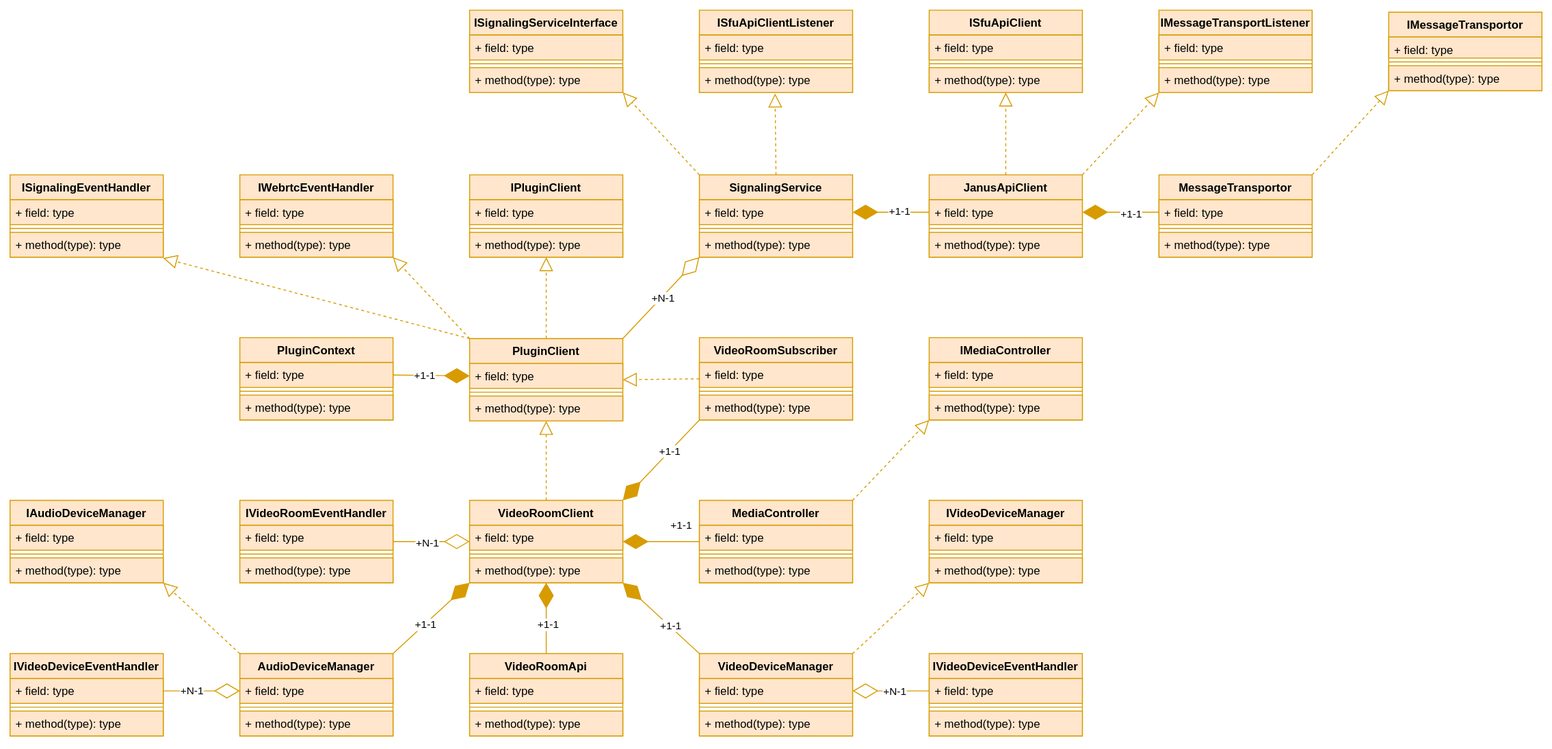
Above: arch.svg in ouxianghui/janus-client (draw.io), before the change. Source tidied: cells renumbered, new cells last; positions are measured from the earlier drawing's top-left corner, leaving out a move shared by most shapes.
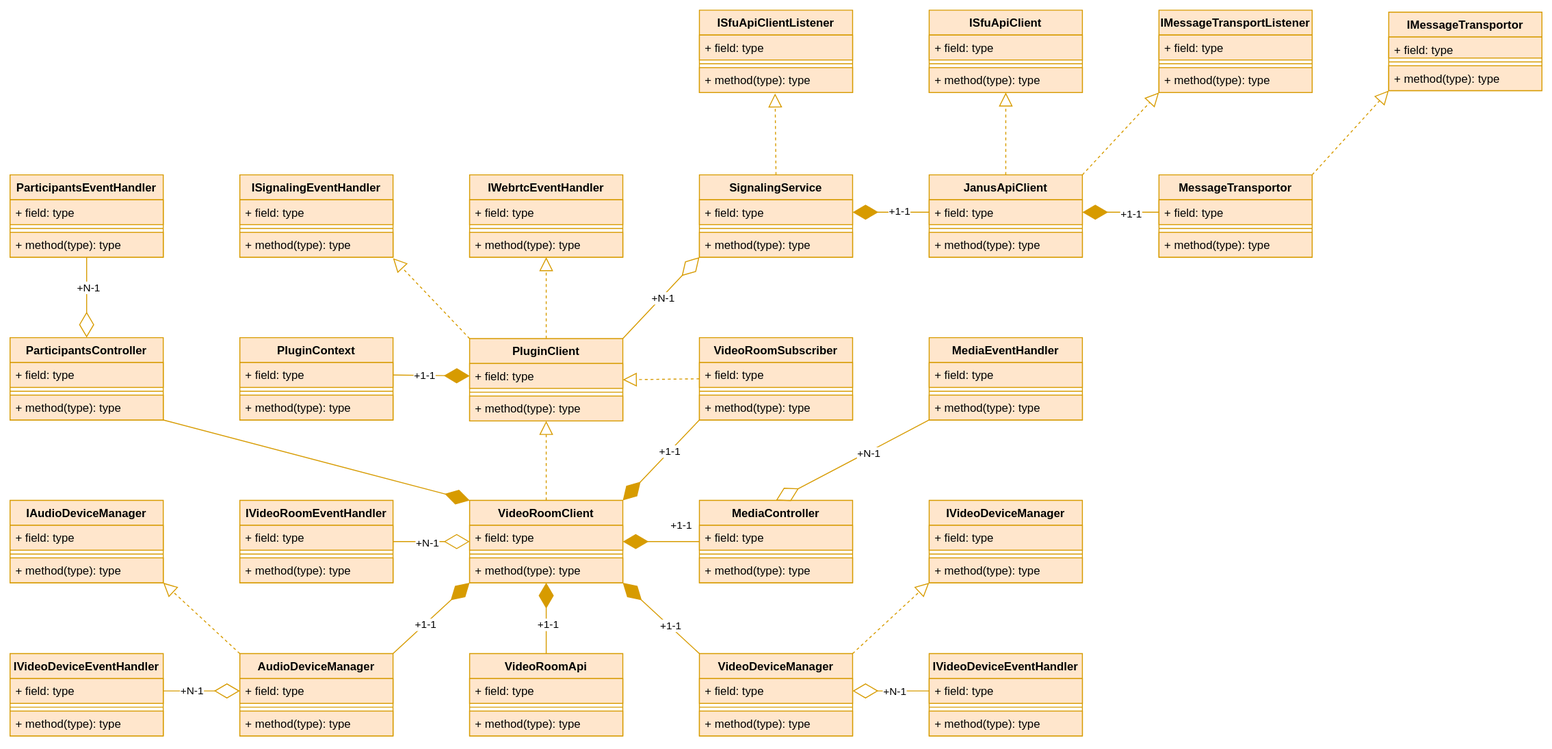
After the commit.

What changed in the source:
```diff
@@ -38,18 +38,6 @@
     <mxCell id="13" value="+ method(type): type" style="text;strokeColor=#d79b00;fillColor=#ffe6cc;align=left;verticalAlign=top;spacingLeft=4;spacingRight=4;overflow=hidden;" parent="10" vertex="1">
       <mxGeometry y="60" width="160" height="26" as="geometry" />
     </mxCell>
-    <mxCell id="14" value="IPluginClient" style="swimlane;fontStyle=1;align=center;verticalAlign=top;horizontal=1;startSize=26;fillColor=#ffe6cc;strokeColor=#d79b00;" parent="1" vertex="1">
-      <mxGeometry x="480" y="172" width="160" height="86" as="geometry" />
-    </mxCell>
-    <mxCell id="15" value="+ field: type" style="text;strokeColor=#d79b00;fillColor=#ffe6cc;align=left;verticalAlign=top;spacingLeft=4;spacingRight=4;overflow=hidden;" parent="14" vertex="1">
-      <mxGeometry y="26" width="160" height="26" as="geometry" />
-    </mxCell>
-    <mxCell id="16" style="line;strokeWidth=1;fillColor=#ffe6cc;align=left;verticalAlign=middle;spacingTop=-1;spacingLeft=3;spacingRight=3;labelPosition=right;strokeColor=#d79b00;" parent="14" vertex="1">
-      <mxGeometry y="52" width="160" height="8" as="geometry" />
-    </mxCell>
-    <mxCell id="17" value="+ method(type): type" style="text;strokeColor=#d79b00;fillColor=#ffe6cc;align=left;verticalAlign=top;spacingLeft=4;spacingRight=4;overflow=hidden;points=[[0,0.5],[1,0.5]];portConstraint=eastwest;" parent="14" vertex="1">
-      <mxGeometry y="60" width="160" height="26" as="geometry" />
-    </mxCell>
     <mxCell id="18" value="PluginClient" style="swimlane;fontStyle=1;align=center;verticalAlign=top;horizontal=1;startSize=26;fillColor=#ffe6cc;strokeColor=#d79b00;" parent="1" vertex="1">
       <mxGeometry x="480" y="343" width="160" height="86" as="geometry" />
     </mxCell>
@@ -62,18 +50,6 @@
     <mxCell id="21" value="+ method(type): type" style="text;strokeColor=#d79b00;fillColor=#ffe6cc;align=left;verticalAlign=top;spacingLeft=4;spacingRight=4;overflow=hidden;points=[[0,0.5],[1,0.5]];portConstraint=eastwest;" parent="18" vertex="1">
       <mxGeometry y="60" width="160" height="26" as="geometry" />
     </mxCell>
-    <mxCell id="22" value="ISignalingServiceInterface" style="swimlane;fontStyle=1;align=center;verticalAlign=top;horizontal=1;startSize=26;fillColor=#ffe6cc;strokeColor=#d79b00;" parent="1" vertex="1">
-      <mxGeometry x="480" width="160" height="86" as="geometry" />
-    </mxCell>
-    <mxCell id="23" value="+ field: type" style="text;strokeColor=#d79b00;fillColor=#ffe6cc;align=left;verticalAlign=top;spacingLeft=4;spacingRight=4;overflow=hidden;" parent="22" vertex="1">
-      <mxGeometry y="26" width="160" height="26" as="geometry" />
-    </mxCell>
-    <mxCell id="24" style="line;strokeWidth=1;fillColor=#ffe6cc;align=left;verticalAlign=middle;spacingTop=-1;spacingLeft=3;spacingRight=3;labelPosition=right;strokeColor=#d79b00;" parent="22" vertex="1">
-      <mxGeometry y="52" width="160" height="8" as="geometry" />
-    </mxCell>
-    <mxCell id="25" value="+ method(type): type" style="text;strokeColor=#d79b00;fillColor=#ffe6cc;align=left;verticalAlign=top;spacingLeft=4;spacingRight=4;overflow=hidden;" parent="22" vertex="1">
-      <mxGeometry y="60" width="160" height="26" as="geometry" />
-    </mxCell>
     <mxCell id="26" value="ISfuApiClientListener" style="swimlane;fontStyle=1;align=center;verticalAlign=top;horizontal=1;startSize=26;fillColor=#ffe6cc;strokeColor=#d79b00;" parent="1" vertex="1">
       <mxGeometry x="720" width="160" height="86" as="geometry" />
     </mxCell>
@@ -147,7 +123,7 @@
       <mxGeometry y="56" width="160" height="26" as="geometry" />
     </mxCell>
     <mxCell id="50" value="IWebrtcEventHandler" style="swimlane;fontStyle=1;align=center;verticalAlign=top;horizontal=1;startSize=26;fillColor=#ffe6cc;strokeColor=#d79b00;" parent="1" vertex="1">
-      <mxGeometry x="240" y="172" width="160" height="86" as="geometry" />
+      <mxGeometry x="480" y="172" width="160" height="86" as="geometry" />
     </mxCell>
     <mxCell id="51" value="+ field: type" style="text;strokeColor=#d79b00;fillColor=#ffe6cc;align=left;verticalAlign=top;spacingLeft=4;spacingRight=4;overflow=hidden;" parent="50" vertex="1">
       <mxGeometry y="26" width="160" height="26" as="geometry" />
@@ -191,10 +167,7 @@
     <mxCell id="64" value="+1-1" style="edgeLabel;html=1;align=center;verticalAlign=middle;" parent="63" vertex="1">
       <mxGeometry x="-0.16" y="-1" relative="1" as="geometry" />
     </mxCell>
-    <mxCell id="65" style="endArrow=block;dashed=1;endFill=0;endSize=12;html=1;rounded=0;exitX=0.5;exitY=0;exitDx=0;exitDy=0;entryX=0.5;entryY=1;entryDx=0;entryDy=0;entryPerimeter=0;fillColor=#ffe6cc;strokeColor=#d79b00;" parent="1" edge="1" source="18" target="17">
-      <mxGeometry relative="1" as="geometry" />
-    </mxCell>
-    <mxCell id="66" style="endArrow=block;dashed=1;endFill=0;endSize=12;html=1;rounded=0;exitX=0;exitY=0;exitDx=0;exitDy=0;entryX=1;entryY=1;entryDx=0;entryDy=0;fillColor=#ffe6cc;strokeColor=#d79b00;" parent="1" edge="1" source="18" target="50">
+    <mxCell id="66" style="endArrow=block;dashed=1;endFill=0;endSize=12;html=1;rounded=0;exitX=0.5;exitY=0;exitDx=0;exitDy=0;entryX=0.5;entryY=1;entryDx=0;entryDy=0;fillColor=#ffe6cc;strokeColor=#d79b00;entryPerimeter=0;" parent="1" edge="1" source="18" target="53">
       <mxGeometry relative="1" as="geometry" />
     </mxCell>
     <mxCell id="67" style="endArrow=diamondThin;endFill=1;endSize=24;html=1;rounded=0;fillColor=#ffe6cc;strokeColor=#d79b00;entryX=0;entryY=0.5;entryDx=0;entryDy=0;exitX=1;exitY=0.5;exitDx=0;exitDy=0;" parent="1" edge="1" source="11" target="19">
@@ -203,9 +176,6 @@
     <mxCell id="68" value="+1-1" style="edgeLabel;html=1;align=center;verticalAlign=middle;" parent="67" vertex="1">
       <mxGeometry x="-0.18" relative="1" as="geometry" />
     </mxCell>
-    <mxCell id="69" style="endArrow=block;dashed=1;endFill=0;endSize=12;html=1;rounded=0;exitX=0;exitY=0;exitDx=0;exitDy=0;entryX=1;entryY=1;entryDx=0;entryDy=0;fillColor=#ffe6cc;strokeColor=#d79b00;" parent="1" edge="1" source="2" target="22">
-      <mxGeometry relative="1" as="geometry" />
-    </mxCell>
     <mxCell id="70" style="endArrow=block;dashed=1;endFill=0;endSize=12;html=1;rounded=0;exitX=0.5;exitY=0;exitDx=0;exitDy=0;entryX=0.494;entryY=1.038;entryDx=0;entryDy=0;entryPerimeter=0;fillColor=#ffe6cc;strokeColor=#d79b00;" parent="1" edge="1" source="2" target="29">
       <mxGeometry relative="1" as="geometry" />
     </mxCell>
@@ -256,21 +226,6 @@
     <mxCell id="85" value="+1-1" style="edgeLabel;html=1;align=center;verticalAlign=middle;" parent="84" vertex="1">
       <mxGeometry x="-0.18" relative="1" as="geometry" />
     </mxCell>
-    <mxCell id="86" value="IMediaController" style="swimlane;fontStyle=1;align=center;verticalAlign=top;horizontal=1;startSize=26;fillColor=#ffe6cc;strokeColor=#d79b00;" parent="1" vertex="1">
-      <mxGeometry x="960" y="342" width="160" height="86" as="geometry" />
-    </mxCell>
-    <mxCell id="87" value="+ field: type" style="text;strokeColor=#d79b00;fillColor=#ffe6cc;align=left;verticalAlign=top;spacingLeft=4;spacingRight=4;overflow=hidden;" parent="86" vertex="1">
-      <mxGeometry y="26" width="160" height="26" as="geometry" />
-    </mxCell>
-    <mxCell id="88" style="line;strokeWidth=1;fillColor=#ffe6cc;align=left;verticalAlign=middle;spacingTop=-1;spacingLeft=3;spacingRight=3;labelPosition=right;strokeColor=#d79b00;" parent="86" vertex="1">
-      <mxGeometry y="52" width="160" height="8" as="geometry" />
-    </mxCell>
-    <mxCell id="89" value="+ method(type): type" style="text;strokeColor=#d79b00;fillColor=#ffe6cc;align=left;verticalAlign=top;spacingLeft=4;spacingRight=4;overflow=hidden;" parent="86" vertex="1">
-      <mxGeometry y="60" width="160" height="26" as="geometry" />
-    </mxCell>
-    <mxCell id="90" style="endArrow=block;dashed=1;endFill=0;endSize=12;html=1;rounded=0;entryX=0;entryY=1;entryDx=0;entryDy=0;fillColor=#ffe6cc;strokeColor=#d79b00;exitX=1;exitY=0;exitDx=0;exitDy=0;" parent="1" edge="1" source="6" target="86">
-      <mxGeometry relative="1" as="geometry" />
-    </mxCell>
     <mxCell id="91" value="IAudioDeviceManager" style="swimlane;fontStyle=1;align=center;verticalAlign=top;horizontal=1;startSize=26;fillColor=#ffe6cc;strokeColor=#d79b00;" parent="1" vertex="1">
       <mxGeometry y="512" width="160" height="86" as="geometry" />
     </mxCell>
@@ -401,7 +356,7 @@
       <mxGeometry x="-0.07" relative="1" as="geometry" />
     </mxCell>
     <mxCell id="134" value="ISignalingEventHandler" style="swimlane;fontStyle=1;align=center;verticalAlign=top;horizontal=1;startSize=26;fillColor=#ffe6cc;strokeColor=#d79b00;" parent="1" vertex="1">
-      <mxGeometry y="172" width="160" height="86" as="geometry" />
+      <mxGeometry x="240" y="172" width="160" height="86" as="geometry" />
     </mxCell>
     <mxCell id="135" value="+ field: type" style="text;strokeColor=#d79b00;fillColor=#ffe6cc;align=left;verticalAlign=top;spacingLeft=4;spacingRight=4;overflow=hidden;" parent="134" vertex="1">
       <mxGeometry y="26" width="160" height="26" as="geometry" />
@@ -415,5 +370,58 @@
     <mxCell id="138" style="endArrow=block;dashed=1;endFill=0;endSize=12;html=1;rounded=0;entryX=1;entryY=1.038;entryDx=0;entryDy=0;entryPerimeter=0;exitX=0;exitY=0;exitDx=0;exitDy=0;fillColor=#ffe6cc;strokeColor=#d79b00;" parent="1" edge="1" source="18" target="137">
       <mxGeometry relative="1" as="geometry" />
     </mxCell>
+    <mxCell id="139" value="ParticipantsController" style="swimlane;fontStyle=1;align=center;verticalAlign=top;horizontal=1;startSize=26;fillColor=#ffe6cc;strokeColor=#d79b00;" parent="1" vertex="1">
+      <mxGeometry y="342" width="160" height="86" as="geometry" />
+    </mxCell>
+    <mxCell id="140" value="+ field: type" style="text;strokeColor=#d79b00;fillColor=#ffe6cc;align=left;verticalAlign=top;spacingLeft=4;spacingRight=4;overflow=hidden;" parent="139" vertex="1">
+      <mxGeometry y="26" width="160" height="26" as="geometry" />
+    </mxCell>
+    <mxCell id="141" style="line;strokeWidth=1;fillColor=#ffe6cc;align=left;verticalAlign=middle;spacingTop=-1;spacingLeft=3;spacingRight=3;labelPosition=right;strokeColor=#d79b00;" parent="139" vertex="1">
+      <mxGeometry y="52" width="160" height="8" as="geometry" />
+    </mxCell>
+    <mxCell id="142" value="+ method(type): type" style="text;strokeColor=#d79b00;fillColor=#ffe6cc;align=left;verticalAlign=top;spacingLeft=4;spacingRight=4;overflow=hidden;points=[[0,0.5],[1,0.5]];portConstraint=eastwest;" parent="139" vertex="1">
+      <mxGeometry y="60" width="160" height="26" as="geometry" />
+    </mxCell>
+    <mxCell id="143" style="endArrow=diamondThin;endFill=1;endSize=24;html=1;rounded=0;exitX=1;exitY=1;exitDx=0;exitDy=0;exitPerimeter=0;entryX=0;entryY=0;entryDx=0;entryDy=0;fillColor=#ffe6cc;strokeColor=#d79b00;" parent="1" edge="1" source="142" target="54">
+      <mxGeometry relative="1" as="geometry" />
+    </mxCell>
+    <mxCell id="144" value="ParticipantsEventHandler" style="swimlane;fontStyle=1;align=center;verticalAlign=top;horizontal=1;startSize=26;fillColor=#ffe6cc;strokeColor=#d79b00;" parent="1" vertex="1">
+      <mxGeometry y="172" width="160" height="86" as="geometry" />
+    </mxCell>
+    <mxCell id="145" value="+ field: type" style="text;strokeColor=#d79b00;fillColor=#ffe6cc;align=left;verticalAlign=top;spacingLeft=4;spacingRight=4;overflow=hidden;" parent="144" vertex="1">
+      <mxGeometry y="26" width="160" height="26" as="geometry" />
+    </mxCell>
+    <mxCell id="146" style="line;strokeWidth=1;fillColor=#ffe6cc;align=left;verticalAlign=middle;spacingTop=-1;spacingLeft=3;spacingRight=3;labelPosition=right;strokeColor=#d79b00;" parent="144" vertex="1">
+      <mxGeometry y="52" width="160" height="8" as="geometry" />
+    </mxCell>
+    <mxCell id="147" value="+ method(type): type" style="text;strokeColor=#d79b00;fillColor=#ffe6cc;align=left;verticalAlign=top;spacingLeft=4;spacingRight=4;overflow=hidden;" parent="144" vertex="1">
+      <mxGeometry y="60" width="160" height="26" as="geometry" />
+    </mxCell>
+    <mxCell id="148" value="MediaEventHandler" style="swimlane;fontStyle=1;align=center;verticalAlign=top;horizontal=1;startSize=26;fillColor=#ffe6cc;strokeColor=#d79b00;" parent="1" vertex="1">
+      <mxGeometry x="960" y="342" width="160" height="86" as="geometry" />
+    </mxCell>
+    <mxCell id="149" value="+ field: type" style="text;strokeColor=#d79b00;fillColor=#ffe6cc;align=left;verticalAlign=top;spacingLeft=4;spacingRight=4;overflow=hidden;" parent="148" vertex="1">
+      <mxGeometry y="26" width="160" height="26" as="geometry" />
+    </mxCell>
+    <mxCell id="150" style="line;strokeWidth=1;fillColor=#ffe6cc;align=left;verticalAlign=middle;spacingTop=-1;spacingLeft=3;spacingRight=3;labelPosition=right;strokeColor=#d79b00;" parent="148" vertex="1">
+      <mxGeometry y="52" width="160" height="8" as="geometry" />
+    </mxCell>
+    <mxCell id="151" value="+ method(type): type" style="text;strokeColor=#d79b00;fillColor=#ffe6cc;align=left;verticalAlign=top;spacingLeft=4;spacingRight=4;overflow=hidden;" parent="148" vertex="1">
+      <mxGeometry y="60" width="160" height="26" as="geometry" />
+    </mxCell>
+    <mxCell id="152" style="endArrow=diamondThin;endFill=0;endSize=24;html=1;rounded=0;exitX=0.5;exitY=1;exitDx=0;exitDy=0;entryX=0.5;entryY=0;entryDx=0;entryDy=0;fillColor=#ffe6cc;strokeColor=#d79b00;" parent="1" edge="1" source="144" target="139">
+      <mxGeometry relative="1" as="geometry" />
+    </mxCell>
+    <mxCell id="153" value="+N-1" style="edgeLabel;html=1;align=center;verticalAlign=middle;" parent="152" vertex="1">
+      <mxGeometry x="-0.26" y="1" relative="1" as="geometry" />
+    </mxCell>
+    <mxCell id="154" style="endArrow=diamondThin;endFill=0;endSize=24;html=1;rounded=0;exitX=0;exitY=1;exitDx=0;exitDy=0;entryX=0.5;entryY=0;entryDx=0;entryDy=0;fillColor=#ffe6cc;strokeColor=#d79b00;" parent="1" edge="1" source="148" target="6">
+      <mxGeometry relative="1" as="geometry" />
+    </mxCell>
+    <mxCell id="155" value="+N-1" style="edgeLabel;html=1;align=center;verticalAlign=middle;" parent="154" vertex="1">
+      <mxGeometry x="-0.2" relative="1" as="geometry">
+        <mxPoint y="1" as="offset" />
+      </mxGeometry>
+    </mxCell>
   </root>
 </mxGraphModel>
```
